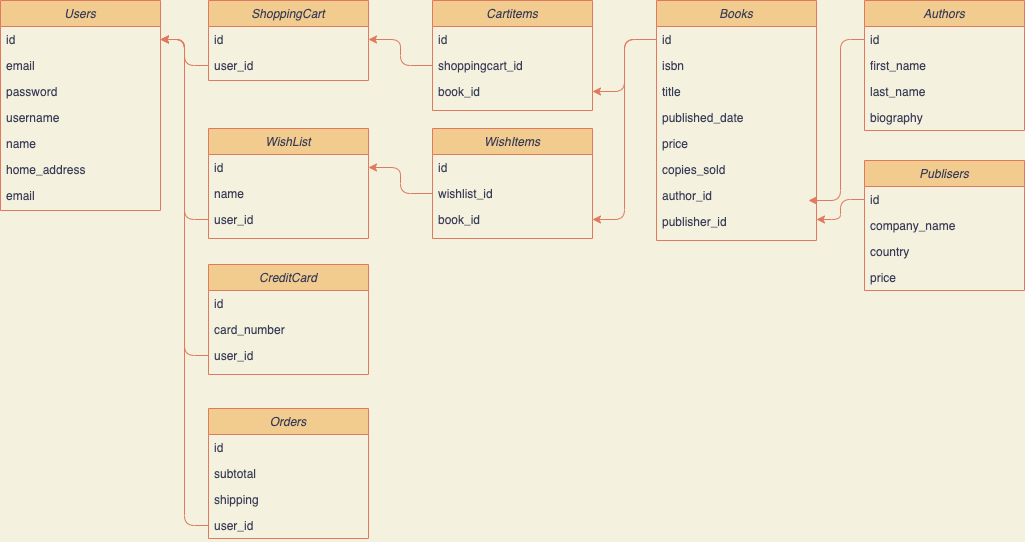
The draw.io diagram schema_design/bookstore_schema.drawio.png in willysyztem/CEN4010, before a commit. Source tidied: cells renumbered, new cells last; positions are measured from the earlier drawing's top-left corner, leaving out a move shared by most shapes. The source it was exported from:
```xml
<mxGraphModel background="#F4F1DE">
  <root>
    <mxCell id="0" />
    <mxCell id="1" parent="0" />
    <mxCell id="2" value="Users" style="swimlane;fontStyle=2;align=center;verticalAlign=top;horizontal=1;startSize=26;rounded=0;shadow=0;strokeWidth=1;fillColor=#F2CC8F;strokeColor=#E07A5F;fontColor=#393C56;" parent="1" vertex="1">
      <mxGeometry width="160" height="210" as="geometry" />
    </mxCell>
    <mxCell id="3" value="id" style="text;align=left;verticalAlign=top;spacingLeft=4;spacingRight=4;overflow=hidden;points=[[0,0.5],[1,0.5]];portConstraint=eastwest;fontColor=#393C56;" parent="2" vertex="1">
      <mxGeometry y="26" width="160" height="26" as="geometry" />
    </mxCell>
    <mxCell id="4" value="email&#10;" style="text;align=left;verticalAlign=top;spacingLeft=4;spacingRight=4;overflow=hidden;rounded=0;shadow=0;html=0;fontColor=#393C56;" parent="2" vertex="1">
      <mxGeometry y="52" width="160" height="26" as="geometry" />
    </mxCell>
    <mxCell id="5" value="password" style="text;align=left;verticalAlign=top;spacingLeft=4;spacingRight=4;overflow=hidden;rounded=0;shadow=0;html=0;fontColor=#393C56;" parent="2" vertex="1">
      <mxGeometry y="78" width="160" height="26" as="geometry" />
    </mxCell>
    <mxCell id="6" value="username" style="text;align=left;verticalAlign=top;spacingLeft=4;spacingRight=4;overflow=hidden;rounded=0;shadow=0;html=0;fontColor=#393C56;" parent="2" vertex="1">
      <mxGeometry y="104" width="160" height="26" as="geometry" />
    </mxCell>
    <mxCell id="7" value="name" style="text;align=left;verticalAlign=top;spacingLeft=4;spacingRight=4;overflow=hidden;rounded=0;shadow=0;html=0;fontColor=#393C56;" parent="2" vertex="1">
      <mxGeometry y="130" width="160" height="26" as="geometry" />
    </mxCell>
    <mxCell id="8" value="home_address" style="text;align=left;verticalAlign=top;spacingLeft=4;spacingRight=4;overflow=hidden;rounded=0;shadow=0;html=0;fontColor=#393C56;" parent="2" vertex="1">
      <mxGeometry y="156" width="160" height="26" as="geometry" />
    </mxCell>
    <mxCell id="9" value="email&#10;" style="text;align=left;verticalAlign=top;spacingLeft=4;spacingRight=4;overflow=hidden;rounded=0;shadow=0;html=0;fontColor=#393C56;" parent="2" vertex="1">
      <mxGeometry y="182" width="160" height="26" as="geometry" />
    </mxCell>
    <mxCell id="10" value="ShoppingCart" style="swimlane;fontStyle=2;align=center;verticalAlign=top;horizontal=1;startSize=26;rounded=0;shadow=0;strokeWidth=1;fillColor=#F2CC8F;strokeColor=#E07A5F;fontColor=#393C56;" parent="1" vertex="1">
      <mxGeometry x="208" width="160" height="80" as="geometry" />
    </mxCell>
    <mxCell id="11" value="id" style="text;align=left;verticalAlign=top;spacingLeft=4;spacingRight=4;overflow=hidden;points=[[0,0.5],[1,0.5]];portConstraint=eastwest;fontColor=#393C56;" parent="10" vertex="1">
      <mxGeometry y="26" width="160" height="26" as="geometry" />
    </mxCell>
    <mxCell id="12" value="user_id" style="text;align=left;verticalAlign=top;spacingLeft=4;spacingRight=4;overflow=hidden;points=[[0,0.5],[1,0.5]];portConstraint=eastwest;rounded=0;shadow=0;html=0;fontColor=#393C56;" parent="10" vertex="1">
      <mxGeometry y="52" width="160" height="26" as="geometry" />
    </mxCell>
    <mxCell id="13" value="Cartitems" style="swimlane;fontStyle=2;align=center;verticalAlign=top;horizontal=1;startSize=26;rounded=0;shadow=0;strokeWidth=1;fillColor=#F2CC8F;strokeColor=#E07A5F;fontColor=#393C56;" parent="1" vertex="1">
      <mxGeometry x="432" width="160" height="110" as="geometry" />
    </mxCell>
    <mxCell id="14" value="id" style="text;align=left;verticalAlign=top;spacingLeft=4;spacingRight=4;overflow=hidden;fontColor=#393C56;" parent="13" vertex="1">
      <mxGeometry y="26" width="160" height="26" as="geometry" />
    </mxCell>
    <mxCell id="15" value="shoppingcart_id" style="text;align=left;verticalAlign=top;spacingLeft=4;spacingRight=4;overflow=hidden;points=[[0,0.5],[1,0.5]];portConstraint=eastwest;rounded=0;shadow=0;html=0;fontColor=#393C56;" parent="13" vertex="1">
      <mxGeometry y="52" width="160" height="26" as="geometry" />
    </mxCell>
    <mxCell id="16" value="book_id" style="text;align=left;verticalAlign=top;spacingLeft=4;spacingRight=4;overflow=hidden;points=[[0,0.5],[1,0.5]];portConstraint=eastwest;rounded=0;shadow=0;html=0;fontColor=#393C56;" parent="13" vertex="1">
      <mxGeometry y="78" width="160" height="26" as="geometry" />
    </mxCell>
    <mxCell id="17" value="WishList" style="swimlane;fontStyle=2;align=center;verticalAlign=top;horizontal=1;startSize=26;rounded=0;shadow=0;strokeWidth=1;fillColor=#F2CC8F;strokeColor=#E07A5F;fontColor=#393C56;" parent="1" vertex="1">
      <mxGeometry x="208" y="128" width="160" height="110" as="geometry" />
    </mxCell>
    <mxCell id="18" value="id" style="text;align=left;verticalAlign=top;spacingLeft=4;spacingRight=4;overflow=hidden;points=[[0,0.5],[1,0.5]];portConstraint=eastwest;fontColor=#393C56;" parent="17" vertex="1">
      <mxGeometry y="26" width="160" height="26" as="geometry" />
    </mxCell>
    <mxCell id="19" value="name" style="text;align=left;verticalAlign=top;spacingLeft=4;spacingRight=4;overflow=hidden;rounded=0;shadow=0;html=0;fontColor=#393C56;" parent="17" vertex="1">
      <mxGeometry y="52" width="160" height="26" as="geometry" />
    </mxCell>
    <mxCell id="20" value="user_id" style="text;align=left;verticalAlign=top;spacingLeft=4;spacingRight=4;overflow=hidden;points=[[0,0.5],[1,0.5]];portConstraint=eastwest;rounded=0;shadow=0;html=0;fontColor=#393C56;" parent="17" vertex="1">
      <mxGeometry y="78" width="160" height="26" as="geometry" />
    </mxCell>
    <mxCell id="21" value="WishItems" style="swimlane;fontStyle=2;align=center;verticalAlign=top;horizontal=1;startSize=26;rounded=0;shadow=0;strokeWidth=1;fillColor=#F2CC8F;strokeColor=#E07A5F;fontColor=#393C56;" parent="1" vertex="1">
      <mxGeometry x="432" y="128" width="160" height="110" as="geometry" />
    </mxCell>
    <mxCell id="22" value="id" style="text;align=left;verticalAlign=top;spacingLeft=4;spacingRight=4;overflow=hidden;fontColor=#393C56;" parent="21" vertex="1">
      <mxGeometry y="26" width="160" height="26" as="geometry" />
    </mxCell>
    <mxCell id="23" value="wishlist_id" style="text;align=left;verticalAlign=top;spacingLeft=4;spacingRight=4;overflow=hidden;points=[[0,0.5],[1,0.5]];portConstraint=eastwest;rounded=0;shadow=0;html=0;fontColor=#393C56;" parent="21" vertex="1">
      <mxGeometry y="52" width="160" height="26" as="geometry" />
    </mxCell>
    <mxCell id="24" value="book_id" style="text;align=left;verticalAlign=top;spacingLeft=4;spacingRight=4;overflow=hidden;points=[[0,0.5],[1,0.5]];portConstraint=eastwest;rounded=0;shadow=0;html=0;fontColor=#393C56;" parent="21" vertex="1">
      <mxGeometry y="78" width="160" height="26" as="geometry" />
    </mxCell>
    <mxCell id="25" value="Books" style="swimlane;fontStyle=2;align=center;verticalAlign=top;horizontal=1;startSize=26;rounded=0;shadow=0;strokeWidth=1;fillColor=#F2CC8F;strokeColor=#E07A5F;fontColor=#393C56;" parent="1" vertex="1">
      <mxGeometry x="656" width="160" height="240" as="geometry" />
    </mxCell>
    <mxCell id="26" value="id" style="text;align=left;verticalAlign=top;spacingLeft=4;spacingRight=4;overflow=hidden;points=[[0,0.5],[1,0.5]];portConstraint=eastwest;fontColor=#393C56;" parent="25" vertex="1">
      <mxGeometry y="26" width="160" height="26" as="geometry" />
    </mxCell>
    <mxCell id="27" value="isbn" style="text;align=left;verticalAlign=top;spacingLeft=4;spacingRight=4;overflow=hidden;rounded=0;shadow=0;html=0;fontColor=#393C56;" parent="25" vertex="1">
      <mxGeometry y="52" width="160" height="26" as="geometry" />
    </mxCell>
    <mxCell id="28" value="title" style="text;align=left;verticalAlign=top;spacingLeft=4;spacingRight=4;overflow=hidden;rounded=0;shadow=0;html=0;fontColor=#393C56;" parent="25" vertex="1">
      <mxGeometry y="78" width="160" height="26" as="geometry" />
    </mxCell>
    <mxCell id="29" value="published_date" style="text;align=left;verticalAlign=top;spacingLeft=4;spacingRight=4;overflow=hidden;rounded=0;shadow=0;html=0;fontColor=#393C56;" parent="25" vertex="1">
      <mxGeometry y="104" width="160" height="26" as="geometry" />
    </mxCell>
    <mxCell id="30" value="price" style="text;align=left;verticalAlign=top;spacingLeft=4;spacingRight=4;overflow=hidden;rounded=0;shadow=0;html=0;fontColor=#393C56;" parent="25" vertex="1">
      <mxGeometry y="130" width="160" height="26" as="geometry" />
    </mxCell>
    <mxCell id="31" value="copies_sold" style="text;align=left;verticalAlign=top;spacingLeft=4;spacingRight=4;overflow=hidden;rounded=0;shadow=0;html=0;fontColor=#393C56;" parent="25" vertex="1">
      <mxGeometry y="156" width="160" height="26" as="geometry" />
    </mxCell>
    <mxCell id="32" value="author_id" style="text;align=left;verticalAlign=top;spacingLeft=4;spacingRight=4;overflow=hidden;points=[[0,0.5],[1,0.5]];portConstraint=eastwest;rounded=0;shadow=0;html=0;fontColor=#393C56;" parent="25" vertex="1">
      <mxGeometry y="182" width="160" height="26" as="geometry" />
    </mxCell>
    <mxCell id="33" value="publisher_id" style="text;align=left;verticalAlign=top;spacingLeft=4;spacingRight=4;overflow=hidden;points=[[0,0.5],[1,0.5]];portConstraint=eastwest;rounded=0;shadow=0;html=0;fontColor=#393C56;" parent="25" vertex="1">
      <mxGeometry y="208" width="160" height="22" as="geometry" />
    </mxCell>
    <mxCell id="34" value="Publisers" style="swimlane;fontStyle=2;align=center;verticalAlign=top;horizontal=1;startSize=26;rounded=0;shadow=0;strokeWidth=1;fillColor=#F2CC8F;strokeColor=#E07A5F;fontColor=#393C56;" parent="1" vertex="1">
      <mxGeometry x="864" y="160" width="160" height="130" as="geometry" />
    </mxCell>
    <mxCell id="35" value="id" style="text;align=left;verticalAlign=top;spacingLeft=4;spacingRight=4;overflow=hidden;points=[[0,0.5],[1,0.5]];portConstraint=eastwest;fontColor=#393C56;" parent="34" vertex="1">
      <mxGeometry y="26" width="160" height="26" as="geometry" />
    </mxCell>
    <mxCell id="36" value="company_name" style="text;align=left;verticalAlign=top;spacingLeft=4;spacingRight=4;overflow=hidden;rounded=0;shadow=0;html=0;fontColor=#393C56;" parent="34" vertex="1">
      <mxGeometry y="52" width="160" height="26" as="geometry" />
    </mxCell>
    <mxCell id="37" value="country" style="text;align=left;verticalAlign=top;spacingLeft=4;spacingRight=4;overflow=hidden;rounded=0;shadow=0;html=0;fontColor=#393C56;" parent="34" vertex="1">
      <mxGeometry y="78" width="160" height="26" as="geometry" />
    </mxCell>
    <mxCell id="38" value="price" style="text;align=left;verticalAlign=top;spacingLeft=4;spacingRight=4;overflow=hidden;rounded=0;shadow=0;html=0;fontColor=#393C56;" parent="34" vertex="1">
      <mxGeometry y="104" width="160" height="26" as="geometry" />
    </mxCell>
    <mxCell id="39" value="Authors" style="swimlane;fontStyle=2;align=center;verticalAlign=top;horizontal=1;startSize=26;rounded=0;shadow=0;strokeWidth=1;fillColor=#F2CC8F;strokeColor=#E07A5F;fontColor=#393C56;" parent="1" vertex="1">
      <mxGeometry x="864" width="160" height="130" as="geometry" />
    </mxCell>
    <mxCell id="40" value="id" style="text;align=left;verticalAlign=top;spacingLeft=4;spacingRight=4;overflow=hidden;points=[[0,0.5],[1,0.5]];portConstraint=eastwest;fontColor=#393C56;" parent="39" vertex="1">
      <mxGeometry y="26" width="160" height="26" as="geometry" />
    </mxCell>
    <mxCell id="41" value="first_name" style="text;align=left;verticalAlign=top;spacingLeft=4;spacingRight=4;overflow=hidden;rounded=0;shadow=0;html=0;fontColor=#393C56;" parent="39" vertex="1">
      <mxGeometry y="52" width="160" height="26" as="geometry" />
    </mxCell>
    <mxCell id="42" value="last_name" style="text;align=left;verticalAlign=top;spacingLeft=4;spacingRight=4;overflow=hidden;rounded=0;shadow=0;html=0;fontColor=#393C56;" parent="39" vertex="1">
      <mxGeometry y="78" width="160" height="26" as="geometry" />
    </mxCell>
    <mxCell id="43" value="biography" style="text;align=left;verticalAlign=top;spacingLeft=4;spacingRight=4;overflow=hidden;rounded=0;shadow=0;html=0;fontColor=#393C56;" parent="39" vertex="1">
      <mxGeometry y="104" width="160" height="26" as="geometry" />
    </mxCell>
    <mxCell id="44" value="CreditCard" style="swimlane;fontStyle=2;align=center;verticalAlign=top;horizontal=1;startSize=26;rounded=0;shadow=0;strokeWidth=1;fillColor=#F2CC8F;strokeColor=#E07A5F;fontColor=#393C56;" parent="1" vertex="1">
      <mxGeometry x="208" y="264" width="160" height="110" as="geometry" />
    </mxCell>
    <mxCell id="45" value="id" style="text;align=left;verticalAlign=top;spacingLeft=4;spacingRight=4;overflow=hidden;fontColor=#393C56;" parent="44" vertex="1">
      <mxGeometry y="26" width="160" height="26" as="geometry" />
    </mxCell>
    <mxCell id="46" value="card_number" style="text;align=left;verticalAlign=top;spacingLeft=4;spacingRight=4;overflow=hidden;rounded=0;shadow=0;html=0;fontColor=#393C56;" parent="44" vertex="1">
      <mxGeometry y="52" width="160" height="26" as="geometry" />
    </mxCell>
    <mxCell id="47" value="user_id" style="text;align=left;verticalAlign=top;spacingLeft=4;spacingRight=4;overflow=hidden;points=[[0,0.5],[1,0.5]];portConstraint=eastwest;rounded=0;shadow=0;html=0;fontColor=#393C56;" parent="44" vertex="1">
      <mxGeometry y="78" width="160" height="26" as="geometry" />
    </mxCell>
    <mxCell id="48" value="Orders" style="swimlane;fontStyle=2;align=center;verticalAlign=top;horizontal=1;startSize=26;rounded=0;shadow=0;strokeWidth=1;fillColor=#F2CC8F;strokeColor=#E07A5F;fontColor=#393C56;" parent="1" vertex="1">
      <mxGeometry x="208" y="408" width="160" height="130" as="geometry" />
    </mxCell>
    <mxCell id="49" value="id" style="text;align=left;verticalAlign=top;spacingLeft=4;spacingRight=4;overflow=hidden;fontColor=#393C56;" parent="48" vertex="1">
      <mxGeometry y="26" width="160" height="26" as="geometry" />
    </mxCell>
    <mxCell id="50" value="subtotal" style="text;align=left;verticalAlign=top;spacingLeft=4;spacingRight=4;overflow=hidden;rounded=0;shadow=0;html=0;fontColor=#393C56;" parent="48" vertex="1">
      <mxGeometry y="52" width="160" height="26" as="geometry" />
    </mxCell>
    <mxCell id="51" value="shipping" style="text;align=left;verticalAlign=top;spacingLeft=4;spacingRight=4;overflow=hidden;rounded=0;shadow=0;html=0;fontColor=#393C56;" parent="48" vertex="1">
      <mxGeometry y="78" width="160" height="26" as="geometry" />
    </mxCell>
    <mxCell id="52" value="user_id" style="text;align=left;verticalAlign=top;spacingLeft=4;spacingRight=4;overflow=hidden;points=[[0,0.5],[1,0.5]];portConstraint=eastwest;rounded=0;shadow=0;html=0;fontColor=#393C56;" parent="48" vertex="1">
      <mxGeometry y="104" width="160" height="26" as="geometry" />
    </mxCell>
    <mxCell id="53" style="edgeStyle=orthogonalEdgeStyle;curved=0;rounded=1;sketch=0;jettySize=auto;html=1;exitX=0;exitY=0.5;exitDx=0;exitDy=0;entryX=1;entryY=0.5;entryDx=0;entryDy=0;fontColor=#393C56;strokeColor=#E07A5F;fillColor=#F2CC8F;" parent="1" edge="1" source="12" target="3">
      <mxGeometry relative="1" as="geometry" />
    </mxCell>
    <mxCell id="54" style="edgeStyle=orthogonalEdgeStyle;curved=0;rounded=1;sketch=0;jettySize=auto;html=1;exitX=0;exitY=0.5;exitDx=0;exitDy=0;entryX=1;entryY=0.5;entryDx=0;entryDy=0;fontColor=#393C56;strokeColor=#E07A5F;fillColor=#F2CC8F;" parent="1" edge="1" source="20" target="3">
      <mxGeometry relative="1" as="geometry" />
    </mxCell>
    <mxCell id="55" style="edgeStyle=orthogonalEdgeStyle;curved=0;rounded=1;sketch=0;jettySize=auto;html=1;exitX=0;exitY=0.5;exitDx=0;exitDy=0;entryX=1;entryY=0.5;entryDx=0;entryDy=0;fontColor=#393C56;strokeColor=#E07A5F;fillColor=#F2CC8F;" parent="1" edge="1" source="47" target="3">
      <mxGeometry relative="1" as="geometry" />
    </mxCell>
    <mxCell id="56" style="edgeStyle=orthogonalEdgeStyle;curved=0;rounded=1;sketch=0;jettySize=auto;html=1;exitX=0;exitY=0.5;exitDx=0;exitDy=0;entryX=1;entryY=0.5;entryDx=0;entryDy=0;fontColor=#393C56;strokeColor=#E07A5F;fillColor=#F2CC8F;" parent="1" edge="1" source="52" target="3">
      <mxGeometry relative="1" as="geometry" />
    </mxCell>
    <mxCell id="57" style="edgeStyle=orthogonalEdgeStyle;curved=0;rounded=1;sketch=0;jettySize=auto;html=1;exitX=0;exitY=0.5;exitDx=0;exitDy=0;entryX=1;entryY=0.5;entryDx=0;entryDy=0;fontColor=#393C56;strokeColor=#E07A5F;fillColor=#F2CC8F;" parent="1" edge="1" source="23" target="18">
      <mxGeometry relative="1" as="geometry" />
    </mxCell>
    <mxCell id="58" style="edgeStyle=orthogonalEdgeStyle;curved=0;rounded=1;sketch=0;jettySize=auto;html=1;exitX=0;exitY=0.5;exitDx=0;exitDy=0;entryX=1;entryY=0.5;entryDx=0;entryDy=0;fontColor=#393C56;strokeColor=#E07A5F;fillColor=#F2CC8F;" parent="1" edge="1" source="15" target="11">
      <mxGeometry relative="1" as="geometry" />
    </mxCell>
    <mxCell id="59" style="edgeStyle=orthogonalEdgeStyle;curved=0;rounded=1;sketch=0;jettySize=auto;html=1;exitX=0;exitY=0.5;exitDx=0;exitDy=0;entryX=1;entryY=0.5;entryDx=0;entryDy=0;fontColor=#393C56;strokeColor=#E07A5F;fillColor=#F2CC8F;" parent="1" edge="1" source="26" target="16">
      <mxGeometry relative="1" as="geometry" />
    </mxCell>
    <mxCell id="60" style="edgeStyle=orthogonalEdgeStyle;curved=0;rounded=1;sketch=0;jettySize=auto;html=1;exitX=0;exitY=0.5;exitDx=0;exitDy=0;entryX=1;entryY=0.5;entryDx=0;entryDy=0;fontColor=#393C56;strokeColor=#E07A5F;fillColor=#F2CC8F;" parent="1" edge="1" source="26" target="24">
      <mxGeometry relative="1" as="geometry" />
    </mxCell>
    <mxCell id="61" style="edgeStyle=orthogonalEdgeStyle;curved=0;rounded=1;sketch=0;jettySize=auto;html=1;exitX=0;exitY=0.5;exitDx=0;exitDy=0;entryX=0.95;entryY=0.692;entryDx=0;entryDy=0;entryPerimeter=0;fontColor=#393C56;strokeColor=#E07A5F;fillColor=#F2CC8F;" parent="1" edge="1" source="40" target="32">
      <mxGeometry relative="1" as="geometry" />
    </mxCell>
    <mxCell id="62" style="edgeStyle=orthogonalEdgeStyle;curved=0;rounded=1;sketch=0;jettySize=auto;html=1;exitX=0;exitY=0.5;exitDx=0;exitDy=0;entryX=1;entryY=0.5;entryDx=0;entryDy=0;fontColor=#393C56;strokeColor=#E07A5F;fillColor=#F2CC8F;" parent="1" edge="1" source="35" target="33">
      <mxGeometry relative="1" as="geometry" />
    </mxCell>
  </root>
</mxGraphModel>
```
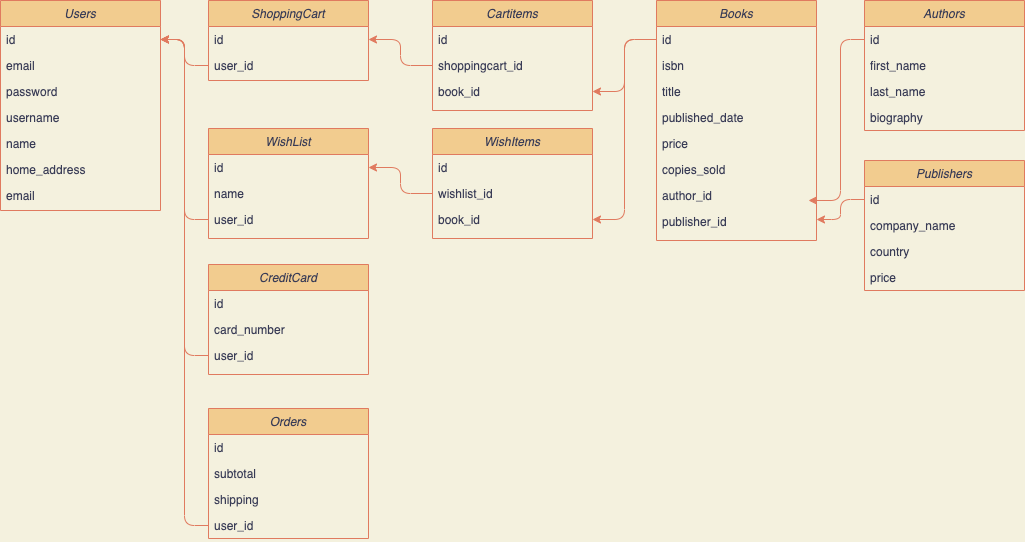
The same diagram one commit later.

The edit, as a diff of the source:
```diff
@@ -98,7 +98,7 @@
     <mxCell id="33" value="publisher_id" style="text;align=left;verticalAlign=top;spacingLeft=4;spacingRight=4;overflow=hidden;points=[[0,0.5],[1,0.5]];portConstraint=eastwest;rounded=0;shadow=0;html=0;fontColor=#393C56;" parent="25" vertex="1">
       <mxGeometry y="208" width="160" height="22" as="geometry" />
     </mxCell>
-    <mxCell id="34" value="Publisers" style="swimlane;fontStyle=2;align=center;verticalAlign=top;horizontal=1;startSize=26;rounded=0;shadow=0;strokeWidth=1;fillColor=#F2CC8F;strokeColor=#E07A5F;fontColor=#393C56;" parent="1" vertex="1">
+    <mxCell id="34" value="Publishers" style="swimlane;fontStyle=2;align=center;verticalAlign=top;horizontal=1;startSize=26;rounded=0;shadow=0;strokeWidth=1;fillColor=#F2CC8F;strokeColor=#E07A5F;fontColor=#393C56;" parent="1" vertex="1">
       <mxGeometry x="864" y="160" width="160" height="130" as="geometry" />
     </mxCell>
     <mxCell id="35" value="id" style="text;align=left;verticalAlign=top;spacingLeft=4;spacingRight=4;overflow=hidden;points=[[0,0.5],[1,0.5]];portConstraint=eastwest;fontColor=#393C56;" parent="34" vertex="1">
```
